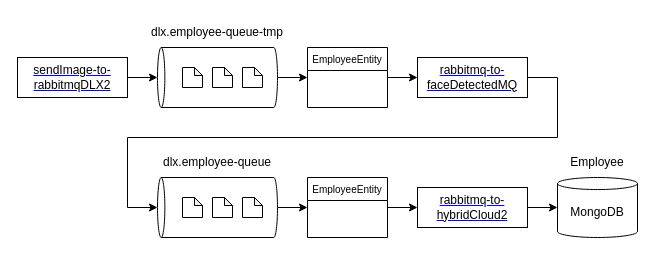
Before: rabbitMQ_KEDA_Csharp2/rabbitMQ.drawio in developer-onizuka/Diagrams, a draw.io diagram. Source tidied: cells renumbered, new cells numbered last; positions are measured from the earlier drawing's top-left corner, leaving out a move shared by most shapes. Both pictures are drawn from the tidied source at 100%, with x=0, y=0 at pixel (17, 17).
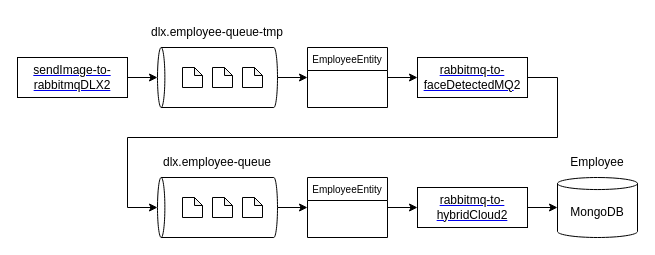
The same diagram, later.

What changed in the source:
```diff
@@
-    <mxCell id="14" value="&lt;a class=&quot;js-navigation-open Link--primary&quot; title=&quot;rabbitmq-to-faceDetectedMQ&quot; href=&quot;https://github.com/developer-onizuka/rabbitMQ_KEDA_Csharp2/tree/main/rabbitmq-to-faceDetectedMQ&quot; style=&quot;box-sizing: border-box ; background-color: rgb(255 , 255 , 255) ; transition: 80ms cubic-bezier(0.33 , 1 , 0.68 , 1) 0s , 0s ease 0s , 0s ease 0s , 0s ease 0s ; font-family: , &amp;#34;blinkmacsystemfont&amp;#34; , &amp;#34;segoe ui&amp;#34; , &amp;#34;helvetica&amp;#34; , &amp;#34;arial&amp;#34; , sans-serif , &amp;#34;apple color emoji&amp;#34; , &amp;#34;segoe ui emoji&amp;#34;&quot;&gt;&lt;font color=&quot;#000000&quot; style=&quot;font-size: 12px&quot;&gt;rabbitmq-to-faceDetectedMQ&lt;/font&gt;&lt;/a&gt;" style="text;html=1;strokeColor=none;fillColor=none;align=center;verticalAlign=middle;whiteSpace=wrap;rounded=0;" parent="1" vertex="1">
+    <mxCell id="14" value="&lt;a class=&quot;js-navigation-open Link--primary&quot; title=&quot;rabbitmq-to-faceDetectedMQ&quot; href=&quot;https://github.com/developer-onizuka/rabbitMQ_KEDA_Csharp2/tree/main/rabbitmq-to-faceDetectedMQ&quot; style=&quot;box-sizing: border-box ; background-color: rgb(255 , 255 , 255) ; transition: 80ms cubic-bezier(0.33 , 1 , 0.68 , 1) 0s , 0s ease 0s , 0s ease 0s , 0s ease 0s ; font-family: , &amp;quot;blinkmacsystemfont&amp;quot; , &amp;quot;segoe ui&amp;quot; , &amp;quot;helvetica&amp;quot; , &amp;quot;arial&amp;quot; , sans-serif , &amp;quot;apple color emoji&amp;quot; , &amp;quot;segoe ui emoji&amp;quot;&quot;&gt;&lt;font color=&quot;#000000&quot; style=&quot;font-size: 12px&quot;&gt;rabbitmq-to-faceDetectedMQ&lt;/font&gt;&lt;/a&gt;2" style="text;html=1;strokeColor=none;fillColor=none;align=center;verticalAlign=middle;whiteSpace=wrap;rounded=0;" parent="1" vertex="1">
       <mxGeometry x="405" y="45" width="100" height="30" as="geometry" />
     </mxCell>
```
